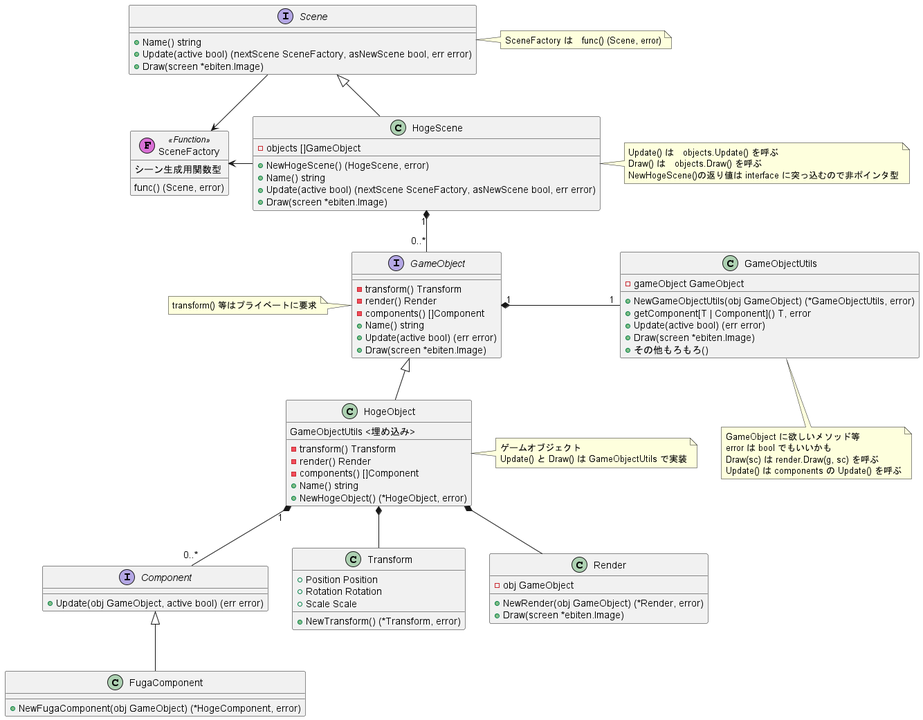
The PlantUML diagram Docs/Scene_class_diagram.png in kmc-jp/Gamedev_Tempura-of-p--Phenylazo-phenol, before a commit.
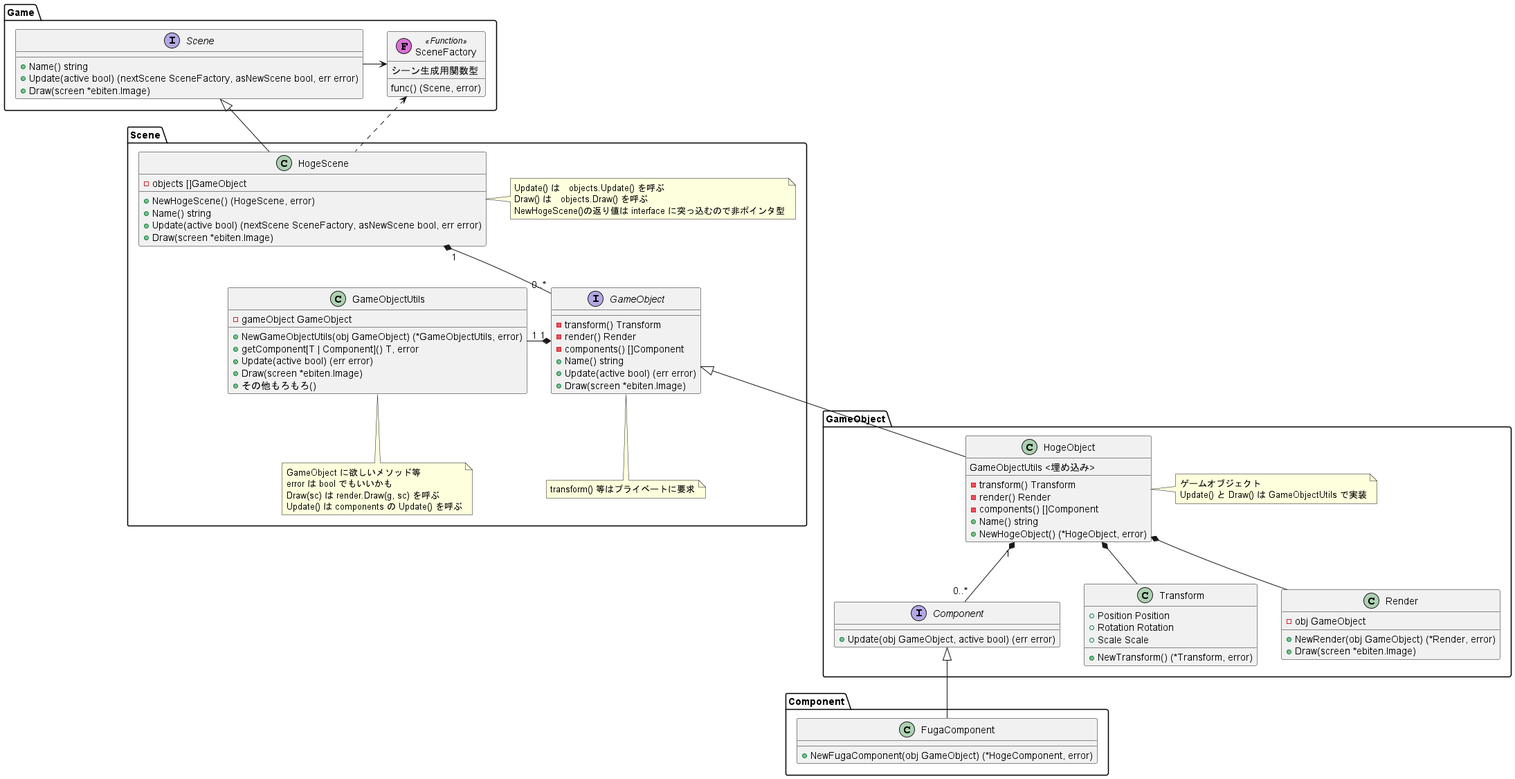
Above is the later version.

Commit message:
リファクタ後のパッケージ構成の予定をクラス図に反映

The edit, as a diff of the source:
```diff
@@ -1,93 +1,101 @@
 @startuml Scene_class_diagram
 
-class SceneFactory << (F,orchid) Function >> {
-    シーン生成用関数型
-    func() (Scene, error)
+package Game {
+    interface Scene {
+        + Name() string
+        + Update(active bool) (nextScene SceneFactory, asNewScene bool, err error)
+        + Draw(screen *ebiten.Image)
+    }
+
+    class SceneFactory << (F,orchid) Function >> {
+        シーン生成用関数型
+        func() (Scene, error)
+    }
+
+    Scene --right--> SceneFactory
+
 }
 
-interface Scene {
-    + Name() string
-    + Update(active bool) (nextScene SceneFactory, asNewScene bool, err error)
-    + Draw(screen *ebiten.Image)
+package Scene {
+    class HogeScene {
+        - objects []GameObject
+        + NewHogeScene() (HogeScene, error)
+        + Name() string
+        + Update(active bool) (nextScene SceneFactory, asNewScene bool, err error)
+        + Draw(screen *ebiten.Image)
+    }
+    note right of HogeScene : Update() は　objects.Update() を呼ぶ\nDraw() は　objects.Draw() を呼ぶ\nNewHogeScene()の返り値は interface に突っ込むので非ポインタ型
+
+    HogeScene -up-|> Game.Scene
+    HogeScene ..left..> Game.SceneFactory
+
+    HogeScene "1" *-- "0..*" GameObject
+
+    interface GameObject {
+        - transform() Transform
+        - render() Render
+        - components() []Component
+        + Name() string
+        + Update(active bool) (err error)
+        + Draw(screen *ebiten.Image)
+    }
+    note bottom of GameObject : transform() 等はプライベートに要求
+
+    class GameObjectUtils {
+        - gameObject GameObject
+        + NewGameObjectUtils(obj GameObject) (*GameObjectUtils, error)
+        + getComponent[T | Component]() T, error
+        + Update(active bool) (err error)
+        + Draw(screen *ebiten.Image)
+        + その他もろもろ()
+    }
+    note bottom of GameObjectUtils : GameObject に欲しいメソッド等\nerror は bool でもいいかも\nDraw(sc) は render.Draw(g, sc) を呼ぶ\nUpdate() は components の Update() を呼ぶ
+
+    GameObject "1" *- "1" GameObjectUtils
+
 }
-note right of Scene : SceneFactory は　func() (Scene, error)
 
-Scene --> SceneFactory
-
-class HogeScene {
-    - objects []GameObject
-    + NewHogeScene() (HogeScene, error)
-    + Name() string
-    + Update(active bool) (nextScene SceneFactory, asNewScene bool, err error)
-    + Draw(screen *ebiten.Image)
-}
-note right of HogeScene : Update() は　objects.Update() を呼ぶ\nDraw() は　objects.Draw() を呼ぶ\nNewHogeScene()の返り値は interface に突っ込むので非ポインタ型
-
-HogeScene -up-|> Scene
-HogeScene -left-> SceneFactory
-
-HogeScene "1" *-- "0..*" GameObject
-
-interface GameObject {
-    - transform() Transform
-    - render() Render
-    - components() []Component
-    + Name() string
-    + Update(active bool) (err error)
-    + Draw(screen *ebiten.Image)
-}
-note left of GameObject : transform() 等はプライベートに要求
-
-class GameObjectUtils {
-    - gameObject GameObject
-    + NewGameObjectUtils(obj GameObject) (*GameObjectUtils, error)
-    + getComponent[T | Component]() T, error
-    + Update(active bool) (err error)
-    + Draw(screen *ebiten.Image)
-    + その他もろもろ()
-}
-note bottom of GameObjectUtils : GameObject に欲しいメソッド等\nerror は bool でもいいかも\nDraw(sc) は render.Draw(g, sc) を呼ぶ\nUpdate() は components の Update() を呼ぶ
-
-GameObject "1" *- "1" GameObjectUtils
+package GameObject {
+    class HogeObject {
+        GameObjectUtils <埋め込み>
+        - transform() Transform
+        - render() Render
+        - components() []Component
+        + Name() string
+        + NewHogeObject() (*HogeObject, error)
+    }
+    note right of HogeObject : ゲームオブジェクト\nUpdate() と Draw() は GameObjectUtils で実装
 
 
-class HogeObject {
-    GameObjectUtils <埋め込み>
-    - transform() Transform
-    - render() Render
-    - components() []Component
-    + Name() string
-    + NewHogeObject() (*HogeObject, error)
-}
-note right of HogeObject : ゲームオブジェクト\nUpdate() と Draw() は GameObjectUtils で実装
+    HogeObject -up-|> Scene.GameObject
+    HogeObject *-- Transform
+    HogeObject *-- Render
 
+    HogeObject "1" *-- "0..*" Component
 
-HogeObject -up-|> GameObject
-HogeObject *-- Transform
-HogeObject *-- Render
+    class Transform {
+        + Position Position
+        + Rotation Rotation
+        + Scale Scale
+        + NewTransform() (*Transform, error)
+    }
 
-HogeObject "1" *-- "0..*" Component
+    class Render {
+        - obj GameObject
+        + NewRender(obj GameObject) (*Render, error)
+        + Draw(screen *ebiten.Image)
+    }
 
-class Transform {
-    + Position Position
-    + Rotation Rotation
-    + Scale Scale
-    + NewTransform() (*Transform, error)
+    interface Component {
+        + Update(obj GameObject, active bool) (err error)
+    }
 }
 
-class Render {
-    - obj GameObject
-    + NewRender(obj GameObject) (*Render, error)
-    + Draw(screen *ebiten.Image)
+package Component {
+    class FugaComponent {
+        + NewFugaComponent(obj GameObject) (*HogeComponent, error)
+    }
+
+    FugaComponent -up-|> GameObject.Component
 }
-
-interface Component {
-    + Update(obj GameObject, active bool) (err error)
-}
-
-class FugaComponent {
-    + NewFugaComponent(obj GameObject) (*HogeComponent, error)
-}
-
-FugaComponent -up-|> Component
 @enduml
```
